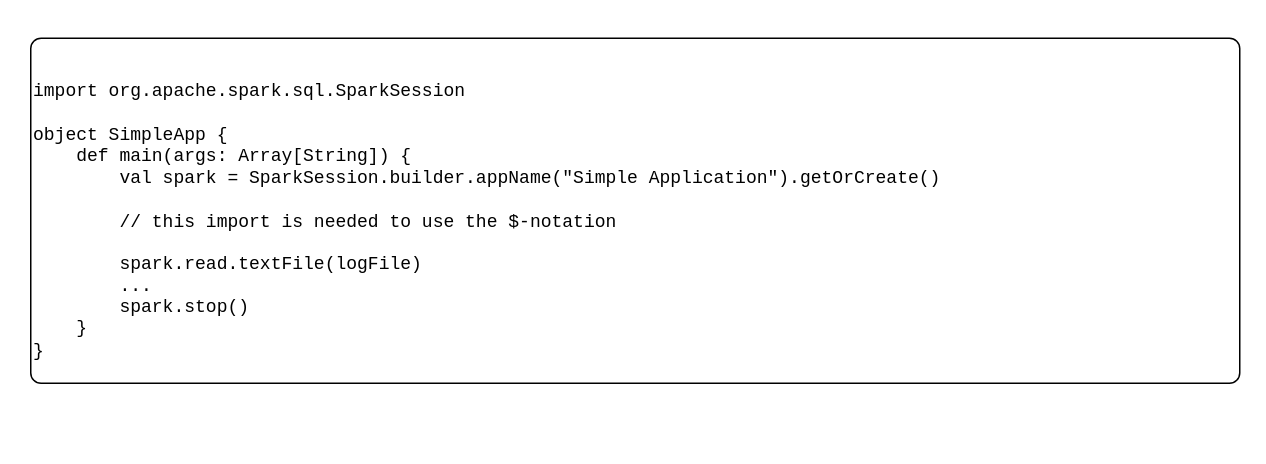
Earlier version of the draw.io diagram page "snippets" (4 of 5) of languages/scala/spark.drawio (yangdj/tf_docs). Source tidied: cells renumbered, new cells numbered last; positions are measured from the earlier drawing's top-left corner, leaving out a move shared by most shapes. Both pictures are drawn from the tidied source at 150%, with x=0, y=0 at pixel (30, 38).
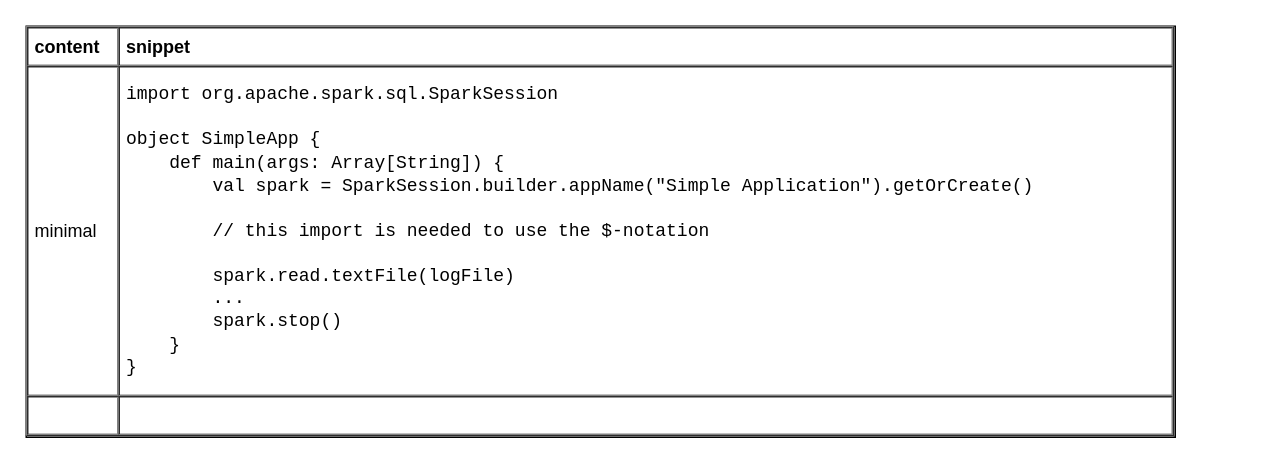
The same page after the edit.

Change to the diagram source:
```diff
@@
 <mxGraphModel>
   <root>
     <mxCell id="0" />
     <mxCell id="1" parent="0" />
-    <mxCell id="2" value="&lt;br&gt;import org.apache.spark.sql.SparkSession&lt;br&gt;&lt;br&gt;object SimpleApp {&lt;br&gt;&amp;nbsp; &amp;nbsp; def main(args: Array[String]) {&lt;br&gt;&amp;nbsp; &amp;nbsp; &amp;nbsp; &amp;nbsp; val spark = SparkSession.builder.appName(&quot;Simple Application&quot;).getOrCreate()&lt;br&gt;&lt;br&gt;&amp;nbsp; &amp;nbsp; &amp;nbsp; &amp;nbsp; // this import is needed to use the $-notation&lt;br&gt;&lt;br&gt;&amp;nbsp; &amp;nbsp; &amp;nbsp; &amp;nbsp; spark.read.textFile(logFile)&lt;br&gt;&amp;nbsp; &amp;nbsp; &amp;nbsp; &amp;nbsp; ...&lt;br&gt;&amp;nbsp; &amp;nbsp; &amp;nbsp; &amp;nbsp; spark.stop()&lt;br&gt;&amp;nbsp; &amp;nbsp; }&lt;br&gt;}" style="rounded=1;whiteSpace=wrap;html=1;align=left;fontFamily=Courier New;arcSize=3;spacingLeft=0;" parent="1" vertex="1">
-      <mxGeometry width="806" height="230" as="geometry" />
-    </mxCell>
+    <mxCell id="3" value="&lt;table cellpadding=&quot;4&quot; cellspacing=&quot;0&quot; border=&quot;1&quot; style=&quot;font-size: 1em ; width: 100% ; height: 100%&quot;&gt;&lt;tbody&gt;&lt;tr&gt;&lt;th&gt;content&lt;/th&gt;&lt;th&gt;snippet&lt;/th&gt;&lt;/tr&gt;&lt;tr&gt;&lt;td&gt;minimal&lt;/td&gt;&lt;td&gt;&lt;span style=&quot;font-family: &amp;#34;courier new&amp;#34;&quot;&gt;import org.apache.spark.sql.SparkSession&lt;/span&gt;&lt;br style=&quot;font-family: &amp;#34;courier new&amp;#34;&quot;&gt;&lt;br style=&quot;font-family: &amp;#34;courier new&amp;#34;&quot;&gt;&lt;span style=&quot;font-family: &amp;#34;courier new&amp;#34;&quot;&gt;object SimpleApp {&lt;/span&gt;&lt;br style=&quot;font-family: &amp;#34;courier new&amp;#34;&quot;&gt;&lt;span style=&quot;font-family: &amp;#34;courier new&amp;#34;&quot;&gt;&amp;nbsp; &amp;nbsp; def main(args: Array[String]) {&lt;/span&gt;&lt;br style=&quot;font-family: &amp;#34;courier new&amp;#34;&quot;&gt;&lt;span style=&quot;font-family: &amp;#34;courier new&amp;#34;&quot;&gt;&amp;nbsp; &amp;nbsp; &amp;nbsp; &amp;nbsp; val spark = SparkSession.builder.appName(&quot;Simple Application&quot;).getOrCreate()&lt;/span&gt;&lt;br style=&quot;font-family: &amp;#34;courier new&amp;#34;&quot;&gt;&lt;br style=&quot;font-family: &amp;#34;courier new&amp;#34;&quot;&gt;&lt;span style=&quot;font-family: &amp;#34;courier new&amp;#34;&quot;&gt;&amp;nbsp; &amp;nbsp; &amp;nbsp; &amp;nbsp; // this import is needed to use the $-notation&lt;/span&gt;&lt;br style=&quot;font-family: &amp;#34;courier new&amp;#34;&quot;&gt;&lt;br style=&quot;font-family: &amp;#34;courier new&amp;#34;&quot;&gt;&lt;span style=&quot;font-family: &amp;#34;courier new&amp;#34;&quot;&gt;&amp;nbsp; &amp;nbsp; &amp;nbsp; &amp;nbsp; spark.read.textFile(logFile)&lt;/span&gt;&lt;br style=&quot;font-family: &amp;#34;courier new&amp;#34;&quot;&gt;&lt;span style=&quot;font-family: &amp;#34;courier new&amp;#34;&quot;&gt;&amp;nbsp; &amp;nbsp; &amp;nbsp; &amp;nbsp; ...&lt;/span&gt;&lt;br style=&quot;font-family: &amp;#34;courier new&amp;#34;&quot;&gt;&lt;span style=&quot;font-family: &amp;#34;courier new&amp;#34;&quot;&gt;&amp;nbsp; &amp;nbsp; &amp;nbsp; &amp;nbsp; spark.stop()&lt;/span&gt;&lt;br style=&quot;font-family: &amp;#34;courier new&amp;#34;&quot;&gt;&lt;span style=&quot;font-family: &amp;#34;courier new&amp;#34;&quot;&gt;&amp;nbsp; &amp;nbsp; }&lt;/span&gt;&lt;br style=&quot;font-family: &amp;#34;courier new&amp;#34;&quot;&gt;&lt;span style=&quot;font-family: &amp;#34;courier new&amp;#34;&quot;&gt;}&lt;/span&gt;&lt;/td&gt;&lt;/tr&gt;&lt;tr&gt;&lt;td&gt;&lt;br&gt;&lt;/td&gt;&lt;td&gt;&lt;/td&gt;&lt;/tr&gt;&lt;/tbody&gt;&lt;/table&gt; " style="verticalAlign=top;align=left;overflow=fill;fontSize=12;fontFamily=Helvetica;html=1;" parent="1" vertex="1">
+      <mxGeometry x="-3" y="-8" width="766" height="274" as="geometry" />
+    </mxCell>
   </root>
 </mxGraphModel>
```
